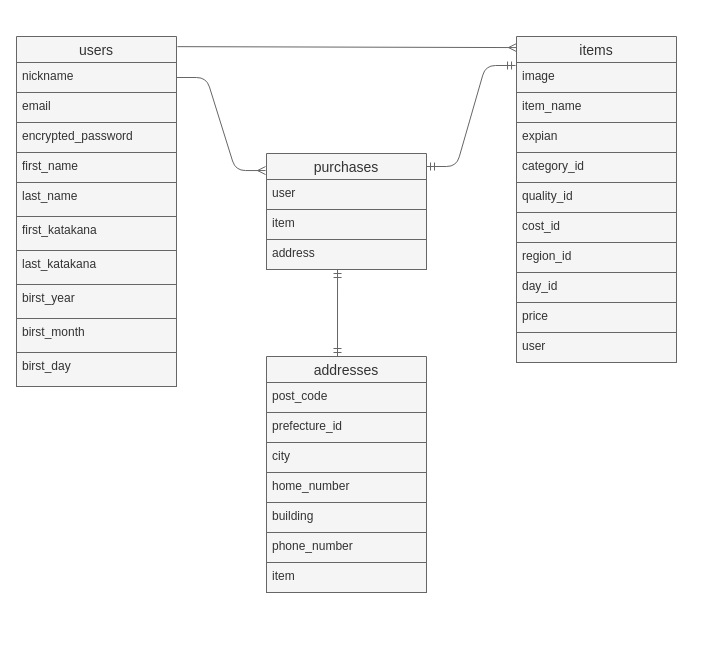
The draw.io diagram .dio in watsontaka/furima-39491, before the edit. Source tidied: cells renumbered, new cells numbered last; positions are measured from the earlier drawing's top-left corner, leaving out a move shared by most shapes. Both pictures are drawn from the tidied source at 100%, with x=0, y=0 at pixel (16, 36).
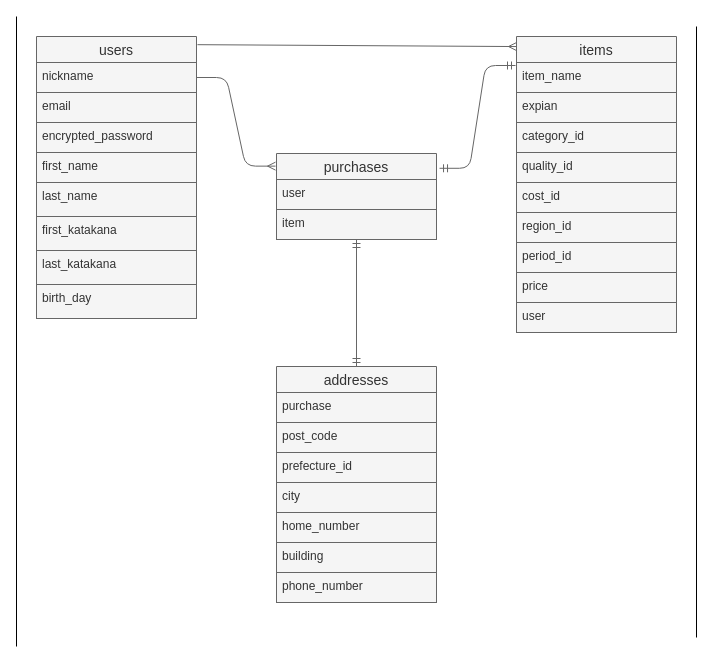
The same diagram, later.

The edit, as a diff of the source:
```diff
@@
-<mxGraphModel background="#ffffff">
+<mxGraphModel background="#FFFFFF">
@@
     <mxCell id="2" value="users" style="swimlane;fontStyle=0;horizontal=1;startSize=26;align=center;fontSize=14;fillColor=#f5f5f5;fontColor=#333333;strokeColor=#666666;" parent="1" vertex="1">
-      <mxGeometry width="160" height="350" as="geometry" />
+      <mxGeometry x="20" width="160" height="282" as="geometry" />
     </mxCell>
@@
-    <mxCell id="10" value="birst_year" style="text;strokeColor=#666666;fillColor=#f5f5f5;spacingLeft=4;spacingRight=4;overflow=hidden;fontSize=12;fontColor=#333333;" parent="2" vertex="1">
-      <mxGeometry y="248" width="160" height="34" as="geometry" />
-    </mxCell>
-    <mxCell id="11" value="birst_month" style="text;strokeColor=#666666;fillColor=#f5f5f5;spacingLeft=4;spacingRight=4;overflow=hidden;fontSize=12;fontColor=#333333;" parent="2" vertex="1">
-      <mxGeometry y="282" width="160" height="34" as="geometry" />
-    </mxCell>
-    <mxCell id="12" value="birst_day" style="text;strokeColor=#666666;fillColor=#f5f5f5;spacingLeft=4;spacingRight=4;overflow=hidden;fontSize=12;fontColor=#333333;" parent="2" vertex="1">
-      <mxGeometry y="316" width="160" height="34" as="geometry" />
+    <mxCell id="12" value="birth_day" style="text;strokeColor=#666666;fillColor=#f5f5f5;spacingLeft=4;spacingRight=4;overflow=hidden;fontSize=12;fontColor=#333333;" parent="2" vertex="1">
+      <mxGeometry y="248" width="160" height="34" as="geometry" />
     </mxCell>
     <mxCell id="13" value="items" style="swimlane;fontStyle=0;horizontal=1;startSize=26;align=center;fontSize=14;strokeWidth=1;perimeterSpacing=0;flipH=0;flipV=0;fillColor=#f5f5f5;fontColor=#333333;strokeColor=#666666;" parent="1" vertex="1">
-      <mxGeometry x="500" width="160" height="326" as="geometry" />
+      <mxGeometry x="500" width="160" height="296" as="geometry" />
     </mxCell>
-    <mxCell id="14" value="image" style="text;strokeColor=#666666;fillColor=#f5f5f5;spacingLeft=4;spacingRight=4;overflow=hidden;points=[[0,0.5],[1,0.5]];portConstraint=eastwest;fontSize=12;fontColor=#333333;" parent="13" vertex="1">
-      <mxGeometry y="26" width="160" height="30" as="geometry" />
-    </mxCell>
     <mxCell id="15" value="item_name" style="text;strokeColor=#666666;fillColor=#f5f5f5;spacingLeft=4;spacingRight=4;overflow=hidden;fontSize=12;fontColor=#333333;" parent="13" vertex="1">
-      <mxGeometry y="56" width="160" height="30" as="geometry" />
+      <mxGeometry y="26" width="160" height="30" as="geometry" />
     </mxCell>
     <mxCell id="16" value="expian" style="text;strokeColor=#666666;fillColor=#f5f5f5;spacingLeft=4;spacingRight=4;overflow=hidden;fontSize=12;fontColor=#333333;" parent="13" vertex="1">
-      <mxGeometry y="86" width="160" height="30" as="geometry" />
+      <mxGeometry y="56" width="160" height="30" as="geometry" />
     </mxCell>
     <mxCell id="17" value="category_id" style="text;strokeColor=#666666;fillColor=#f5f5f5;spacingLeft=4;spacingRight=4;overflow=hidden;fontSize=12;fontColor=#333333;" parent="13" vertex="1">
-      <mxGeometry y="116" width="160" height="30" as="geometry" />
+      <mxGeometry y="86" width="160" height="30" as="geometry" />
     </mxCell>
     <mxCell id="18" value="quality_id" style="text;strokeColor=#666666;fillColor=#f5f5f5;spacingLeft=4;spacingRight=4;overflow=hidden;fontSize=12;fontColor=#333333;" parent="13" vertex="1">
-      <mxGeometry y="146" width="160" height="30" as="geometry" />
+      <mxGeometry y="116" width="160" height="30" as="geometry" />
     </mxCell>
     <mxCell id="19" value="cost_id" style="text;strokeColor=#666666;fillColor=#f5f5f5;spacingLeft=4;spacingRight=4;overflow=hidden;fontSize=12;fontColor=#333333;" parent="13" vertex="1">
-      <mxGeometry y="176" width="160" height="30" as="geometry" />
+      <mxGeometry y="146" width="160" height="30" as="geometry" />
     </mxCell>
     <mxCell id="20" value="region_id" style="text;strokeColor=#666666;fillColor=#f5f5f5;spacingLeft=4;spacingRight=4;overflow=hidden;fontSize=12;fontColor=#333333;" parent="13" vertex="1">
-      <mxGeometry y="206" width="160" height="30" as="geometry" />
+      <mxGeometry y="176" width="160" height="30" as="geometry" />
     </mxCell>
-    <mxCell id="21" value="day_id" style="text;strokeColor=#666666;fillColor=#f5f5f5;spacingLeft=4;spacingRight=4;overflow=hidden;fontSize=12;fontColor=#333333;" parent="13" vertex="1">
-      <mxGeometry y="236" width="160" height="30" as="geometry" />
+    <mxCell id="21" value="period_id" style="text;strokeColor=#666666;fillColor=#f5f5f5;spacingLeft=4;spacingRight=4;overflow=hidden;fontSize=12;fontColor=#333333;" parent="13" vertex="1">
+      <mxGeometry y="206" width="160" height="30" as="geometry" />
     </mxCell>
     <mxCell id="22" value="price" style="text;strokeColor=#666666;fillColor=#f5f5f5;spacingLeft=4;spacingRight=4;overflow=hidden;fontSize=12;fontColor=#333333;" parent="13" vertex="1">
-      <mxGeometry y="266" width="160" height="30" as="geometry" />
+      <mxGeometry y="236" width="160" height="30" as="geometry" />
     </mxCell>
     <mxCell id="23" value="user" style="text;strokeColor=#666666;fillColor=#f5f5f5;spacingLeft=4;spacingRight=4;overflow=hidden;fontSize=12;fontColor=#333333;" parent="13" vertex="1">
-      <mxGeometry y="296" width="160" height="30" as="geometry" />
+      <mxGeometry y="266" width="160" height="30" as="geometry" />
     </mxCell>
     <mxCell id="24" value="purchases" style="swimlane;fontStyle=0;horizontal=1;startSize=26;align=center;fontSize=14;fillColor=#f5f5f5;fontColor=#333333;strokeColor=#666666;" parent="1" vertex="1">
-      <mxGeometry x="250" y="117" width="160" height="116" as="geometry" />
+      <mxGeometry x="260" y="117" width="160" height="86" as="geometry" />
     </mxCell>
@@
-    <mxCell id="27" value="address" style="text;strokeColor=#666666;fillColor=#f5f5f5;spacingLeft=4;spacingRight=4;overflow=hidden;points=[[0,0.5],[1,0.5]];portConstraint=eastwest;fontSize=12;fontColor=#333333;" parent="24" vertex="1">
-      <mxGeometry y="86" width="160" height="30" as="geometry" />
-    </mxCell>
     <mxCell id="28" value="addresses" style="swimlane;fontStyle=0;horizontal=1;startSize=26;align=center;fontSize=14;fillColor=#f5f5f5;fontColor=#333333;strokeColor=#666666;" parent="1" vertex="1">
-      <mxGeometry x="250" y="320" width="160" height="236" as="geometry" />
+      <mxGeometry x="260" y="330" width="160" height="236" as="geometry" />
     </mxCell>
+    <mxCell id="40" value="purchase" style="text;strokeColor=#666666;fillColor=#f5f5f5;spacingLeft=4;spacingRight=4;overflow=hidden;fontSize=12;fontColor=#333333;" parent="28" vertex="1">
+      <mxGeometry y="26" width="160" height="30" as="geometry" />
+    </mxCell>
     <mxCell id="29" value="post_code" style="text;strokeColor=#666666;fillColor=#f5f5f5;spacingLeft=4;spacingRight=4;overflow=hidden;fontSize=12;fontColor=#333333;" parent="28" vertex="1">
-      <mxGeometry y="26" width="160" height="30" as="geometry" />
+      <mxGeometry y="56" width="160" height="30" as="geometry" />
     </mxCell>
     <mxCell id="30" value="prefecture_id" style="text;strokeColor=#666666;fillColor=#f5f5f5;spacingLeft=4;spacingRight=4;overflow=hidden;fontSize=12;fontColor=#333333;" parent="28" vertex="1">
-      <mxGeometry y="56" width="160" height="30" as="geometry" />
+      <mxGeometry y="86" width="160" height="30" as="geometry" />
     </mxCell>
     <mxCell id="31" value="city" style="text;strokeColor=#666666;fillColor=#f5f5f5;spacingLeft=4;spacingRight=4;overflow=hidden;fontSize=12;fontColor=#333333;" parent="28" vertex="1">
-      <mxGeometry y="86" width="160" height="30" as="geometry" />
+      <mxGeometry y="116" width="160" height="30" as="geometry" />
     </mxCell>
     <mxCell id="32" value="home_number" style="text;strokeColor=#666666;fillColor=#f5f5f5;spacingLeft=4;spacingRight=4;overflow=hidden;fontSize=12;fontColor=#333333;" parent="28" vertex="1">
-      <mxGeometry y="116" width="160" height="30" as="geometry" />
+      <mxGeometry y="146" width="160" height="30" as="geometry" />
     </mxCell>
     <mxCell id="33" value="building" style="text;strokeColor=#666666;fillColor=#f5f5f5;spacingLeft=4;spacingRight=4;overflow=hidden;fontSize=12;fontColor=#333333;" parent="28" vertex="1">
-      <mxGeometry y="146" width="160" height="30" as="geometry" />
+      <mxGeometry y="176" width="160" height="30" as="geometry" />
     </mxCell>
     <mxCell id="34" value="phone_number" style="text;strokeColor=#666666;fillColor=#f5f5f5;spacingLeft=4;spacingRight=4;overflow=hidden;fontSize=12;fontColor=#333333;" parent="28" vertex="1">
-      <mxGeometry y="176" width="160" height="30" as="geometry" />
+      <mxGeometry y="206" width="160" height="30" as="geometry" />
     </mxCell>
-    <mxCell id="35" value="item" style="text;strokeColor=#666666;fillColor=#f5f5f5;spacingLeft=4;spacingRight=4;overflow=hidden;fontSize=12;fontColor=#333333;" parent="28" vertex="1">
-      <mxGeometry y="206" width="160" height="30" as="geometry" />
-    </mxCell>
-    <mxCell id="36" style="fontSize=12;html=1;endArrow=ERmandOne;startArrow=ERmandOne;entryX=0.444;entryY=1;entryDx=0;entryDy=0;entryPerimeter=0;fillColor=#f5f5f5;strokeColor=#666666;" parent="1" edge="1" target="27">
-      <mxGeometry relative="1" as="geometry">
-        <mxPoint x="321" y="320" as="sourcePoint" />
-      </mxGeometry>
+    <mxCell id="36" style="fontSize=12;html=1;endArrow=ERmandOne;startArrow=ERmandOne;fillColor=#f5f5f5;strokeColor=#666666;exitX=0.5;exitY=0;exitDx=0;exitDy=0;entryX=0.5;entryY=1;entryDx=0;entryDy=0;" parent="1" edge="1" source="28" target="24">
+      <mxGeometry relative="1" as="geometry" />
     </mxCell>
@@
-    <mxCell id="39" style="edgeStyle=entityRelationEdgeStyle;fontSize=12;html=1;endArrow=ERmandOne;startArrow=ERmandOne;entryX=-0.006;entryY=0.1;entryDx=0;entryDy=0;entryPerimeter=0;fillColor=#f5f5f5;strokeColor=#666666;" parent="1" edge="1" target="14">
+    <mxCell id="39" style="edgeStyle=entityRelationEdgeStyle;fontSize=12;html=1;endArrow=ERmandOne;startArrow=ERmandOne;entryX=-0.006;entryY=0.1;entryDx=0;entryDy=0;entryPerimeter=0;fillColor=#f5f5f5;strokeColor=#666666;exitX=1.019;exitY=0.172;exitDx=0;exitDy=0;exitPerimeter=0;" parent="1" edge="1" source="24">
       <mxGeometry relative="1" as="geometry">
-        <mxPoint x="410" y="130" as="sourcePoint" />
+        <mxPoint x="499" y="29" as="targetPoint" />
       </mxGeometry>
     </mxCell>
+    <mxCell id="41" style="endArrow=none;html=1;rounded=0;" parent="1" edge="1">
+      <mxGeometry relative="1" as="geometry">
+        <mxPoint y="-20" as="sourcePoint" />
+        <mxPoint y="610" as="targetPoint" />
+      </mxGeometry>
+    </mxCell>
+    <mxCell id="42" style="endArrow=none;html=1;rounded=0;" parent="1" edge="1">
+      <mxGeometry relative="1" as="geometry">
+        <mxPoint x="680" y="-10" as="sourcePoint" />
+        <mxPoint x="680" y="601" as="targetPoint" />
+      </mxGeometry>
+    </mxCell>
```
